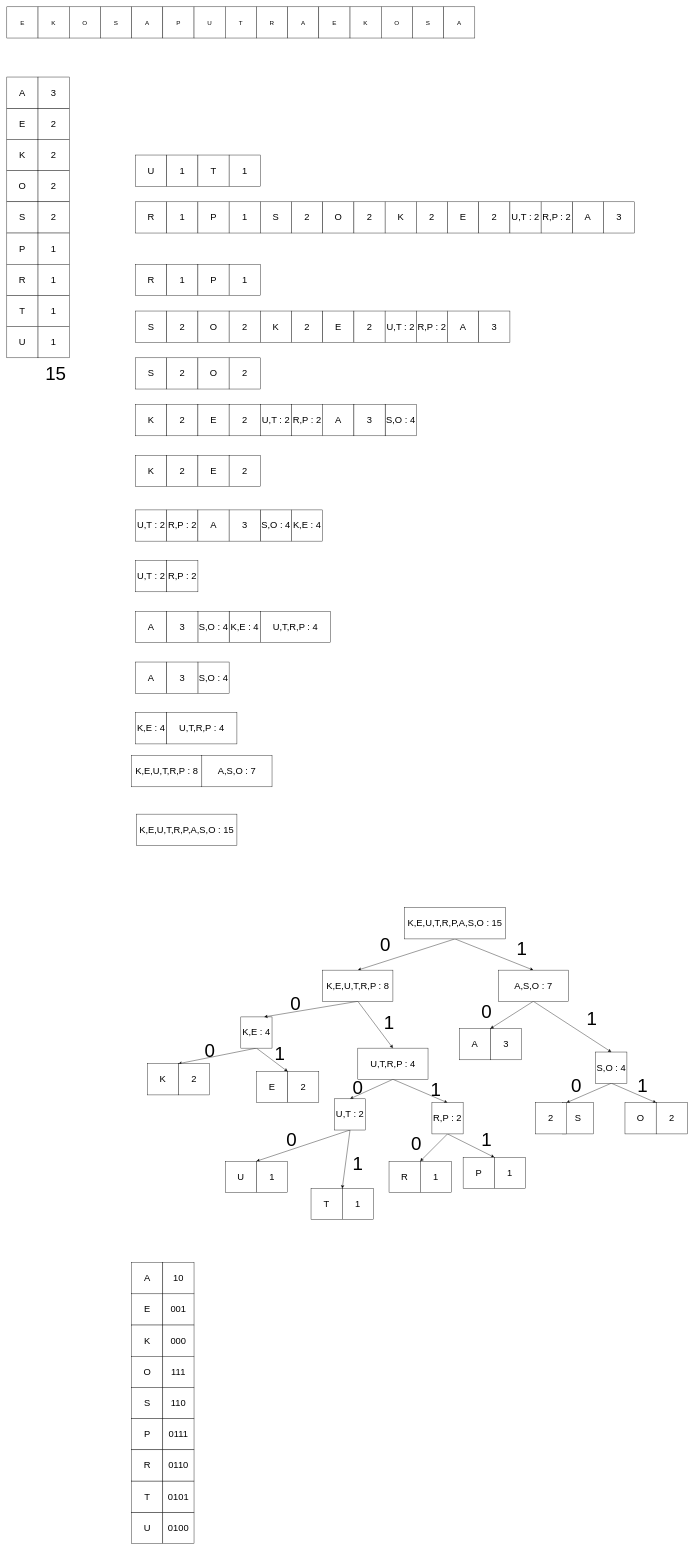
Before: flowchart/UTS Multimedia.drawio in ekovegeance-com/docs, a draw.io diagram. Source tidied: cells renumbered, new cells numbered last; positions are measured from the earlier drawing's top-left corner, leaving out a move shared by most shapes. Both pictures are drawn from the tidied source at 39%, with x=0, y=0 at pixel (7, 7).
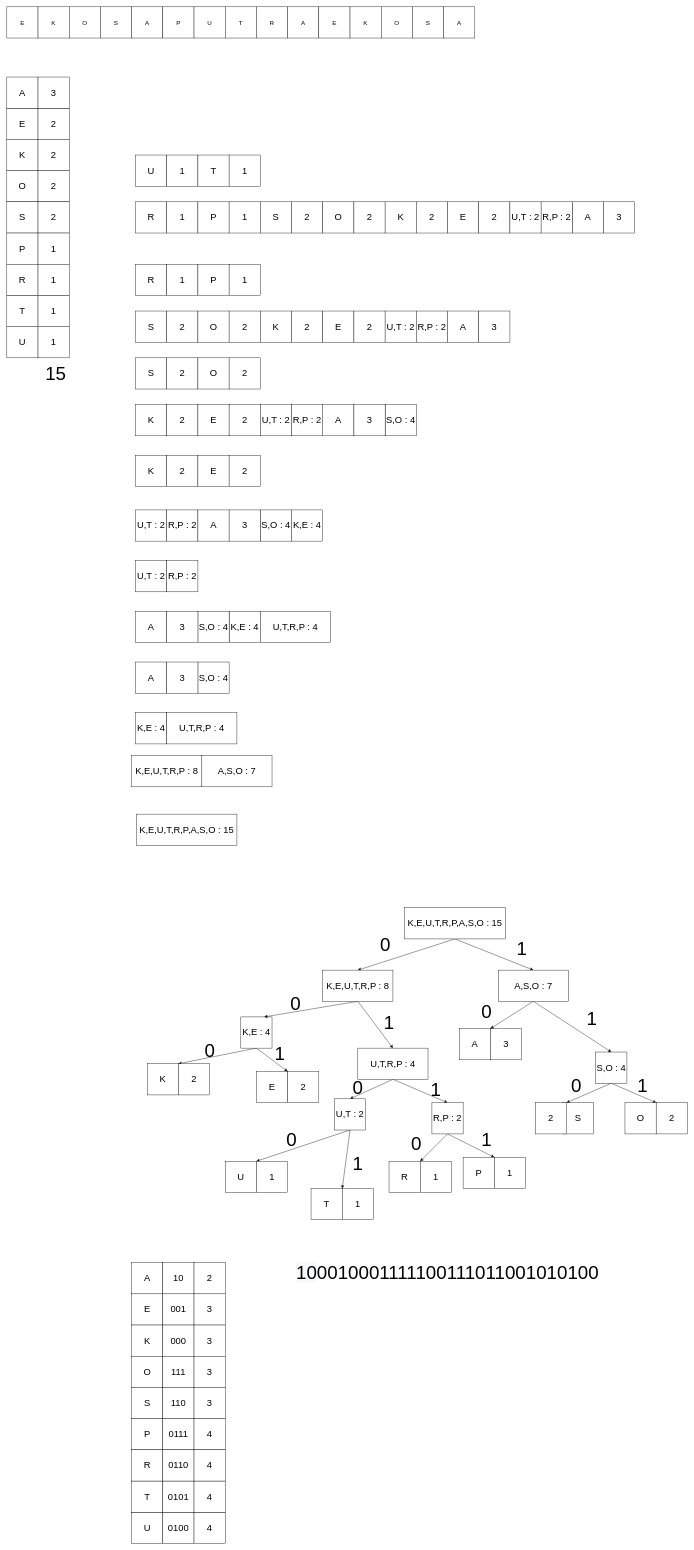
The same diagram, later.

Diff of the diagram source:
```diff
@@
+    <mxCell id="186" value="&lt;font style=&quot;font-size: 48px&quot;&gt;&lt;span style=&quot;color: rgb(0 , 0 , 0) ; font-family: &amp;#34;helvetica&amp;#34; ; font-style: normal ; font-weight: 400 ; letter-spacing: normal ; text-align: center ; text-indent: 0px ; text-transform: none ; word-spacing: 0px ; background-color: rgb(248 , 249 , 250) ; display: inline ; float: none&quot;&gt;10&lt;/span&gt;&lt;span style=&quot;text-align: center&quot;&gt;001&lt;/span&gt;&lt;span style=&quot;text-align: center&quot;&gt;000&lt;/span&gt;&lt;span style=&quot;text-align: center&quot;&gt;111&lt;/span&gt;&lt;span style=&quot;text-align: center&quot;&gt;110&lt;/span&gt;&lt;span style=&quot;text-align: center&quot;&gt;0111&lt;/span&gt;&lt;span style=&quot;text-align: center&quot;&gt;0110&lt;/span&gt;&lt;span style=&quot;text-align: center&quot;&gt;0101&lt;/span&gt;&lt;span style=&quot;text-align: center&quot;&gt;0100&lt;/span&gt;&lt;/font&gt;" style="text;whiteSpace=wrap;html=1;" parent="1" vertex="1">
+      <mxGeometry x="740" y="3210" width="800" height="70" as="geometry" />
+    </mxCell>
+    <mxCell id="187" value="&lt;span style=&quot;font-size: 24px&quot;&gt;3&lt;/span&gt;" style="whiteSpace=wrap;html=1;" parent="1" vertex="1">
+      <mxGeometry x="480" y="3300" width="80" height="80" as="geometry" />
+    </mxCell>
+    <mxCell id="188" value="&lt;font style=&quot;font-size: 24px&quot;&gt;3&lt;/font&gt;" style="whiteSpace=wrap;html=1;" parent="1" vertex="1">
+      <mxGeometry x="480" y="3380" width="80" height="80" as="geometry" />
+    </mxCell>
+    <mxCell id="189" value="&lt;font style=&quot;font-size: 24px&quot;&gt;3&lt;/font&gt;" style="whiteSpace=wrap;html=1;" parent="1" vertex="1">
+      <mxGeometry x="480" y="3460" width="80" height="80" as="geometry" />
+    </mxCell>
+    <mxCell id="190" value="&lt;font style=&quot;font-size: 24px&quot;&gt;3&lt;/font&gt;" style="whiteSpace=wrap;html=1;" parent="1" vertex="1">
+      <mxGeometry x="480" y="3540" width="80" height="80" as="geometry" />
+    </mxCell>
+    <mxCell id="191" value="&lt;span style=&quot;font-size: 24px&quot;&gt;2&lt;/span&gt;" style="whiteSpace=wrap;html=1;" parent="1" vertex="1">
+      <mxGeometry x="480" y="3220" width="80" height="80" as="geometry" />
+    </mxCell>
+    <mxCell id="192" value="&lt;span style=&quot;font-size: 24px&quot;&gt;4&lt;/span&gt;" style="whiteSpace=wrap;html=1;" parent="1" vertex="1">
+      <mxGeometry x="480" y="3620" width="80" height="80" as="geometry" />
+    </mxCell>
+    <mxCell id="193" value="&lt;span style=&quot;font-size: 24px&quot;&gt;4&lt;/span&gt;" style="whiteSpace=wrap;html=1;" parent="1" vertex="1">
+      <mxGeometry x="480" y="3860" width="80" height="80" as="geometry" />
+    </mxCell>
+    <mxCell id="194" value="&lt;span style=&quot;font-size: 24px&quot;&gt;4&lt;/span&gt;" style="whiteSpace=wrap;html=1;" parent="1" vertex="1">
+      <mxGeometry x="480" y="3780" width="80" height="80" as="geometry" />
+    </mxCell>
+    <mxCell id="195" value="&lt;span style=&quot;font-size: 24px&quot;&gt;4&lt;/span&gt;" style="whiteSpace=wrap;html=1;" parent="1" vertex="1">
+      <mxGeometry x="480" y="3700" width="80" height="80" as="geometry" />
+    </mxCell>
```
